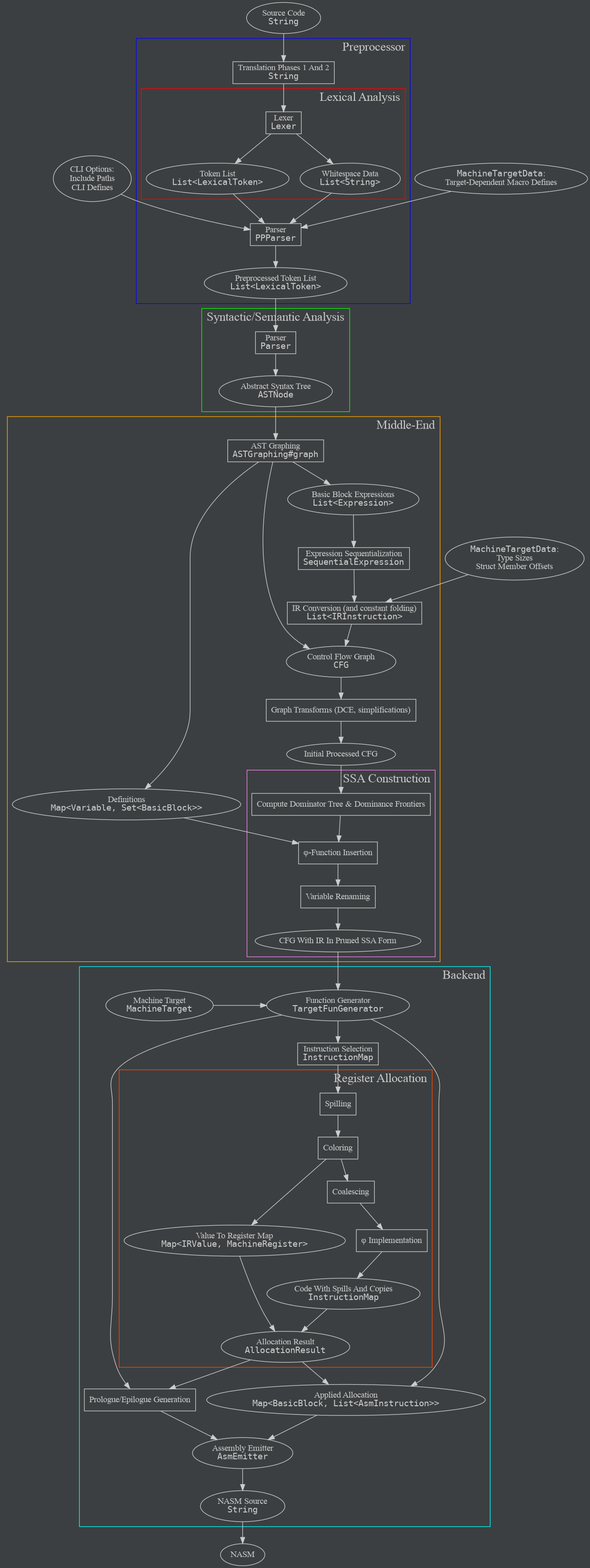
The Graphviz diagram readme-resources/compiler-pipeline.png in slak44/ckompiler, before a commit. Its source is kept beside it as readme-resources/compiler-pipeline.dot.
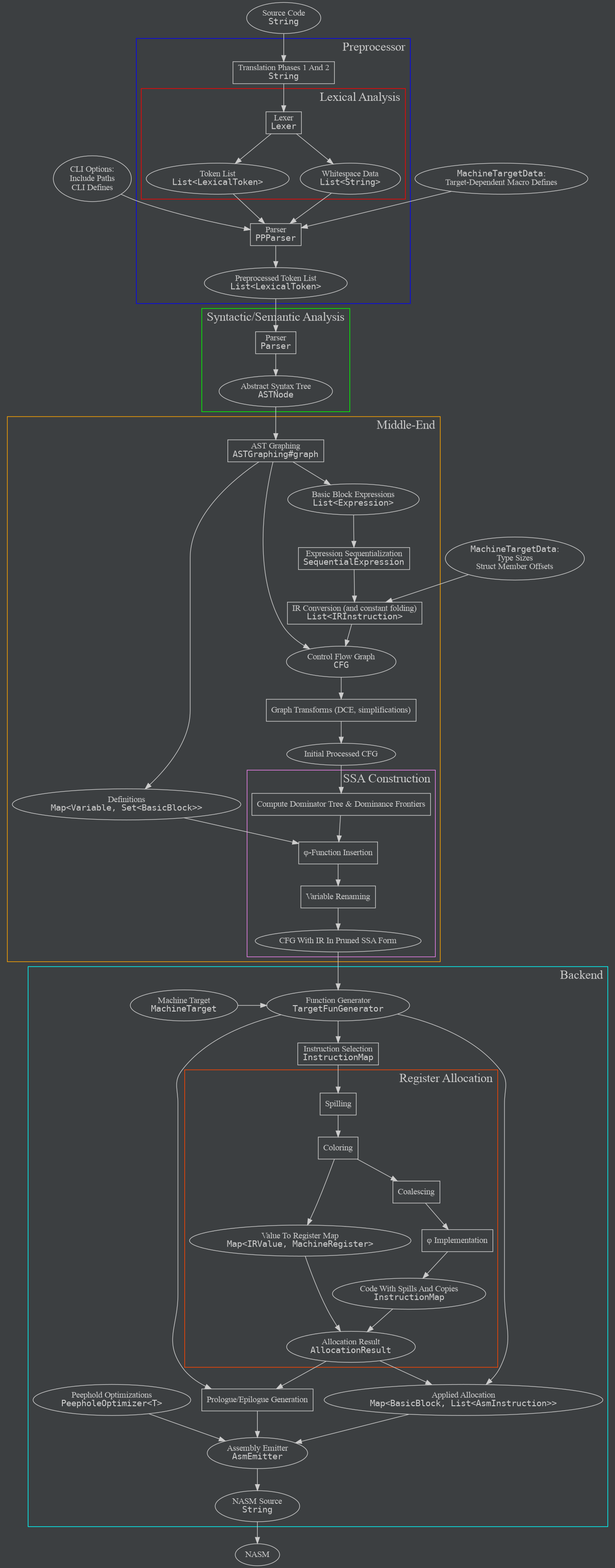
The same diagram one commit later.

Diff of the diagram source:
```diff
@@ -39,6 +39,7 @@
   allocResult[label=<Allocation Result<br/><font point-size="14" face="monospace">AllocationResult</font>>];
   prologueEpilogue[label="Prologue/Epilogue Generation",shape=box];
   appliedAlloc[label=<Applied Allocation<br/><font point-size="14" face="monospace">Map&lt;BasicBlock, List&lt;AsmInstruction&gt;&gt;</font>>];
+  peepholeOpt[label=<Peephold Optimizations<br/><font point-size="14" face="monospace">PeepholeOptimizer&lt;T&gt;</font>>];
   asmEmitter[label=<Assembly Emitter<br/><font point-size="14" face="monospace">AsmEmitter</font>>];
   nasmCode[label=<NASM Source<br/><font point-size="14" face="monospace">String</font>>];
   assembler[label="NASM"];
@@ -77,6 +78,8 @@
 
   {codeGenerator, allocResult} -> {prologueEpilogue, appliedAlloc} -> asmEmitter;
 
+  peepholeOpt -> asmEmitter;
+
   asmEmitter -> nasmCode -> assembler;
 
   subgraph cluster_preprocessor {
@@ -110,7 +113,7 @@
     color="orange";
   }
   subgraph cluster_backend {
-    codeGenerator; machineTarget; isel; prologueEpilogue; appliedAlloc; asmEmitter; nasmCode;
+    codeGenerator; machineTarget; isel; prologueEpilogue; appliedAlloc; peepholeOpt; asmEmitter; nasmCode;
     subgraph cluster_regalloc {
       spilling; coloring; coalescing; phiRemoval; allocation; modifiedCode; allocResult;
       label=<<font color="#CCCCCCFF" point-size="20">Register Allocation</font>>;
```
